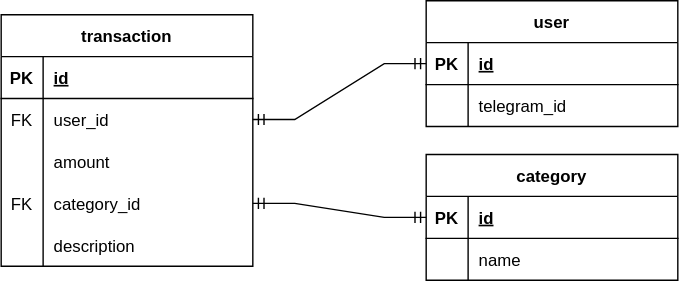
This is database-diagram.drawio.svg from msemitkin/financie, a draw.io export, as it was before one commit. Source tidied: cells renumbered, new cells last; positions are measured from the earlier drawing's top-left corner, leaving out a move shared by most shapes.
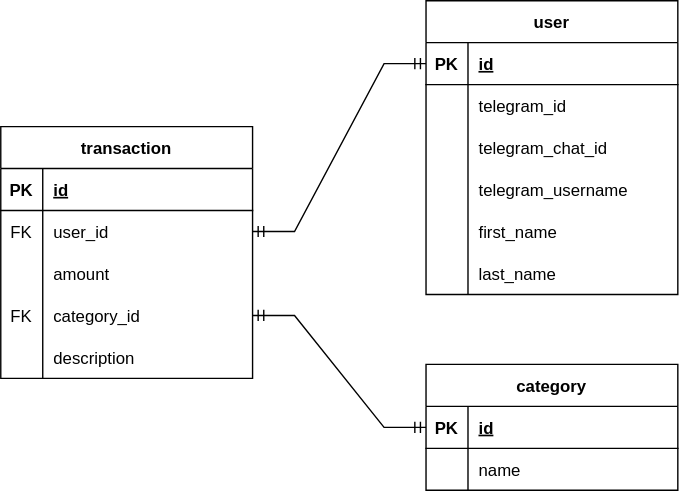
After the change.

Commit message:
update database diagram with new user columns

Diff of the diagram source:
```diff
@@ -51,7 +51,7 @@
       <mxGeometry x="30" width="150" height="30" as="geometry" />
     </mxCell>
     <mxCell id="18" value="category" style="shape=table;startSize=30;rowLines=0;fontStyle=1;align=center;" parent="1" vertex="1">
-      <mxGeometry x="304" y="110" width="180" height="90" as="geometry" />
+      <mxGeometry x="304" y="180" width="180" height="90" as="geometry" />
     </mxCell>
     <mxCell id="19" style="shape=tableRow;horizontal=0;startSize=0;swimlaneHead=0;swimlaneBody=0;fillColor=none;points=[[0,0.5],[1,0.5]];portConstraint=eastwest;top=0;left=0;right=0;bottom=1;" parent="18" vertex="1">
       <mxGeometry y="30" width="180" height="30" as="geometry" />
@@ -72,7 +72,7 @@
       <mxGeometry x="30" width="150" height="30" as="geometry" />
     </mxCell>
     <mxCell id="25" value="user" style="shape=table;startSize=30;rowLines=0;fontStyle=1;align=center;" parent="1" vertex="1">
-      <mxGeometry x="304" width="180" height="90" as="geometry" />
+      <mxGeometry x="304" y="-80" width="180" height="210" as="geometry" />
     </mxCell>
     <mxCell id="26" style="shape=tableRow;horizontal=0;startSize=0;swimlaneHead=0;swimlaneBody=0;fillColor=none;points=[[0,0.5],[1,0.5]];portConstraint=eastwest;top=0;left=0;right=0;bottom=1;" parent="25" vertex="1">
       <mxGeometry y="30" width="180" height="30" as="geometry" />
@@ -92,6 +92,42 @@
     <mxCell id="31" value="telegram_id" style="shape=partialRectangle;fillColor=none;top=0;left=0;bottom=0;right=0;align=left;spacingLeft=6;overflow=hidden;" parent="29" vertex="1">
       <mxGeometry x="30" width="150" height="30" as="geometry" />
     </mxCell>
+    <mxCell id="34" style="shape=tableRow;horizontal=0;startSize=0;swimlaneHead=0;swimlaneBody=0;fillColor=none;top=0;left=0;right=0;bottom=0;" parent="25" vertex="1">
+      <mxGeometry y="90" width="180" height="30" as="geometry" />
+    </mxCell>
+    <mxCell id="35" style="shape=partialRectangle;fillColor=none;top=0;left=0;bottom=0;right=0;overflow=hidden;" parent="34" vertex="1">
+      <mxGeometry width="30" height="30" as="geometry" />
+    </mxCell>
+    <mxCell id="36" value="telegram_chat_id" style="shape=partialRectangle;fillColor=none;top=0;left=0;bottom=0;right=0;align=left;spacingLeft=6;overflow=hidden;" parent="34" vertex="1">
+      <mxGeometry x="30" width="150" height="30" as="geometry" />
+    </mxCell>
+    <mxCell id="37" style="shape=tableRow;horizontal=0;startSize=0;swimlaneHead=0;swimlaneBody=0;fillColor=none;top=0;left=0;right=0;bottom=0;" parent="25" vertex="1">
+      <mxGeometry y="120" width="180" height="30" as="geometry" />
+    </mxCell>
+    <mxCell id="38" style="shape=partialRectangle;fillColor=none;top=0;left=0;bottom=0;right=0;overflow=hidden;" parent="37" vertex="1">
+      <mxGeometry width="30" height="30" as="geometry" />
+    </mxCell>
+    <mxCell id="39" value="telegram_username" style="shape=partialRectangle;fillColor=none;top=0;left=0;bottom=0;right=0;align=left;spacingLeft=6;overflow=hidden;" parent="37" vertex="1">
+      <mxGeometry x="30" width="150" height="30" as="geometry" />
+    </mxCell>
+    <mxCell id="40" style="shape=tableRow;horizontal=0;startSize=0;swimlaneHead=0;swimlaneBody=0;fillColor=none;top=0;left=0;right=0;bottom=0;" parent="25" vertex="1">
+      <mxGeometry y="150" width="180" height="30" as="geometry" />
+    </mxCell>
+    <mxCell id="41" style="shape=partialRectangle;fillColor=none;top=0;left=0;bottom=0;right=0;overflow=hidden;" parent="40" vertex="1">
+      <mxGeometry width="30" height="30" as="geometry" />
+    </mxCell>
+    <mxCell id="42" value="first_name" style="shape=partialRectangle;fillColor=none;top=0;left=0;bottom=0;right=0;align=left;spacingLeft=6;overflow=hidden;" parent="40" vertex="1">
+      <mxGeometry x="30" width="150" height="30" as="geometry" />
+    </mxCell>
+    <mxCell id="43" style="shape=tableRow;horizontal=0;startSize=0;swimlaneHead=0;swimlaneBody=0;fillColor=none;top=0;left=0;right=0;bottom=0;" parent="25" vertex="1">
+      <mxGeometry y="180" width="180" height="30" as="geometry" />
+    </mxCell>
+    <mxCell id="44" style="shape=partialRectangle;fillColor=none;top=0;left=0;bottom=0;right=0;overflow=hidden;" parent="43" vertex="1">
+      <mxGeometry width="30" height="30" as="geometry" />
+    </mxCell>
+    <mxCell id="45" value="last_name" style="shape=partialRectangle;fillColor=none;top=0;left=0;bottom=0;right=0;align=left;spacingLeft=6;overflow=hidden;" parent="43" vertex="1">
+      <mxGeometry x="30" width="150" height="30" as="geometry" />
+    </mxCell>
     <mxCell id="32" style="edgeStyle=entityRelationEdgeStyle;fontSize=12;html=1;endArrow=ERmandOne;startArrow=ERmandOne;rounded=0;entryX=0;entryY=0.5;entryDx=0;entryDy=0;exitX=1;exitY=0.5;exitDx=0;exitDy=0;" parent="1" edge="1" source="6" target="26">
       <mxGeometry relative="1" as="geometry" />
     </mxCell>
```
